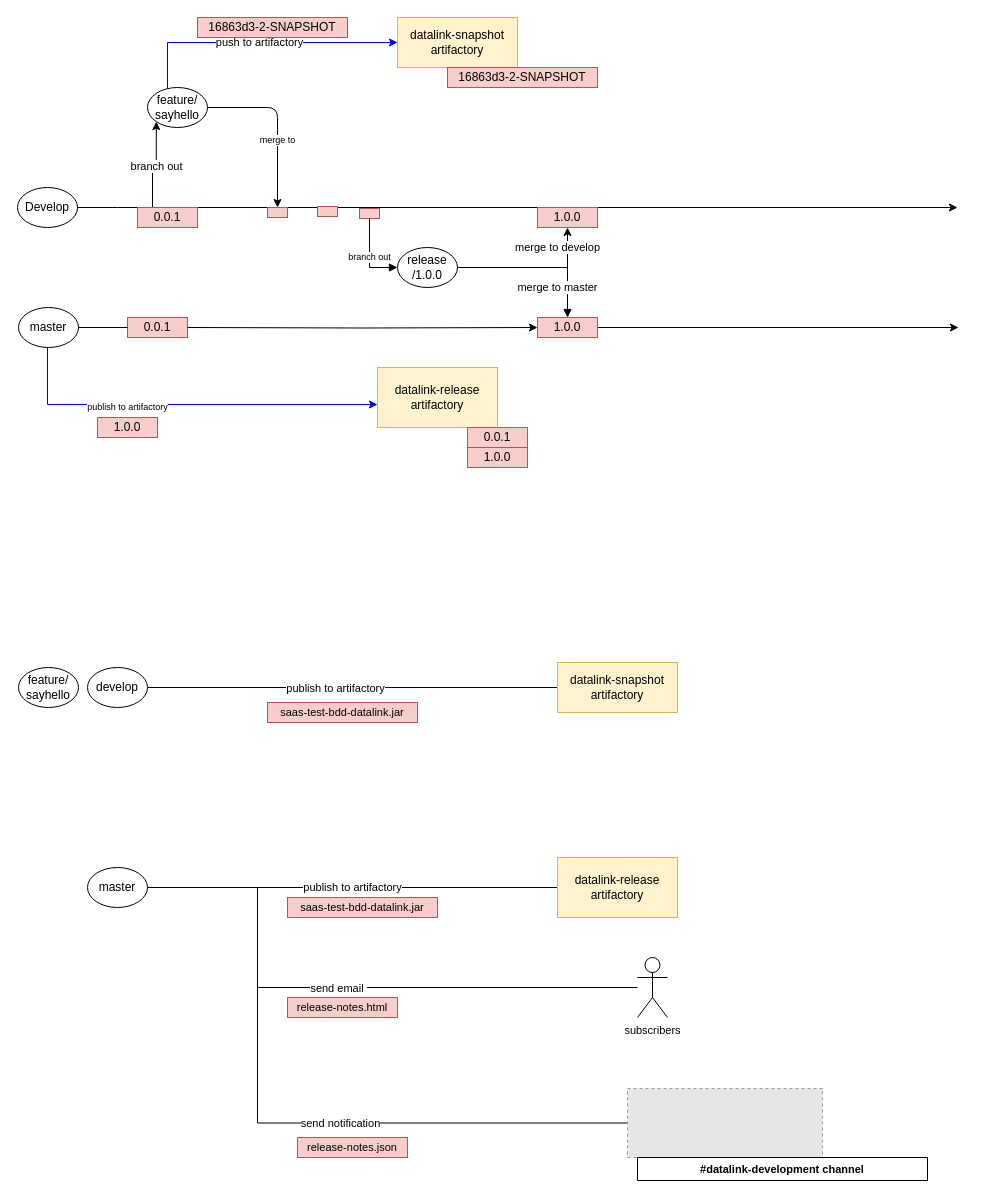
This is SaaS-Test-Bdd-Datalink-Release.drawio from cjjian/Diagram, a draw.io file, before an edit. Source tidied: cells renumbered, new cells numbered last; positions are measured from the earlier drawing's top-left corner, leaving out a move shared by most shapes. Both pictures are drawn from the tidied source at 100%, with x=0, y=0 at pixel (17, 17). Pictures stored in the file or linked from it are replaced by grey dashed boxes.
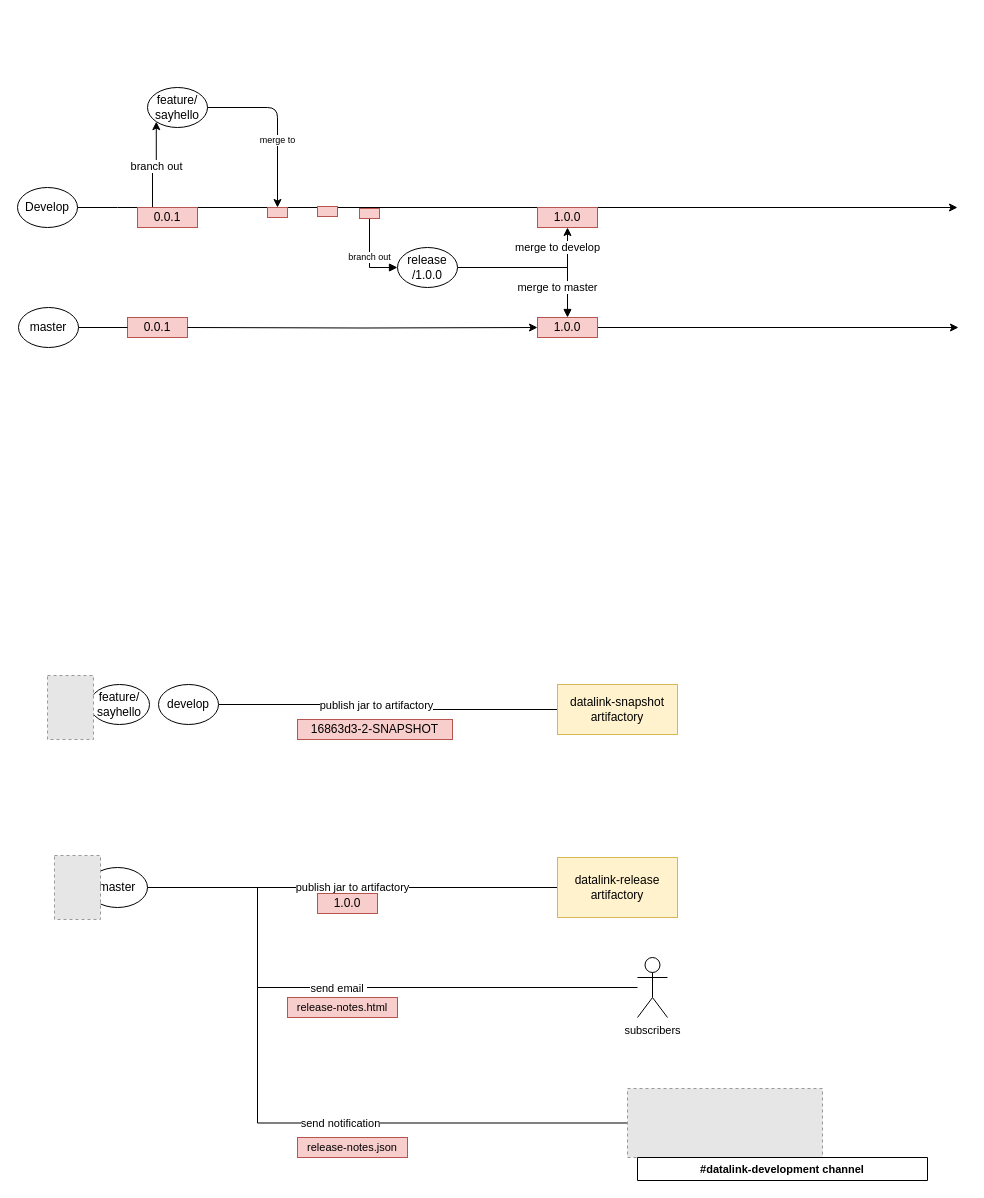
The same diagram, later.

The change refers to these unchanged cells:
```xml
<mxCell id="8" value="master" style="ellipse;whiteSpace=wrap;html=1;" parent="1" vertex="1">
  <mxGeometry x="1" y="290" width="60" height="40" as="geometry" />
</mxCell>
<mxCell id="14" value="feature/&lt;br&gt;sayhello" style="ellipse;whiteSpace=wrap;html=1;" parent="1" vertex="1">
  <mxGeometry x="130" y="70" width="60" height="40" as="geometry" />
</mxCell>
<mxCell id="35" style="edgeStyle=orthogonalEdgeStyle;rounded=0;jettySize=auto;html=1;entryX=0;entryY=0.5;entryDx=0;entryDy=0;endArrow=none;endFill=0;strokeColor=#000000;fontSize=11;" parent="1" edge="1" source="37" target="39">
  <mxGeometry relative="1" as="geometry" />
</mxCell>
<mxCell id="45" value="master" style="ellipse;whiteSpace=wrap;html=1;" parent="1" vertex="1">
  <mxGeometry x="70" y="850" width="60" height="40" as="geometry" />
</mxCell>
<mxCell id="49" value="datalink-release&lt;br&gt;artifactory" style="rounded=0;whiteSpace=wrap;html=1;fillColor=#fff2cc;strokeColor=#d6b656;" parent="1" vertex="1">
  <mxGeometry x="540" y="840" width="120" height="60" as="geometry" />
</mxCell>
```

What changed in the source:
```diff
@@
-    <mxCell id="9" value="datalink-release&lt;br&gt;artifactory" style="rounded=0;whiteSpace=wrap;html=1;fillColor=#fff2cc;strokeColor=#d6b656;" parent="1" vertex="1">
-      <mxGeometry x="360" y="350" width="120" height="60" as="geometry" />
-    </mxCell>
-    <mxCell id="10" value="datalink-snapshot artifactory" style="rounded=0;whiteSpace=wrap;html=1;fillColor=#fff2cc;strokeColor=#d6b656;" parent="1" vertex="1">
-      <mxGeometry x="380" width="120" height="50" as="geometry" />
-    </mxCell>
@@
-    <mxCell id="12" value="0.0.1" style="text;html=1;strokeColor=#b85450;fillColor=#f8cecc;align=center;verticalAlign=middle;whiteSpace=wrap;rounded=0;" parent="1" vertex="1">
-      <mxGeometry x="450" y="410" width="60" height="20" as="geometry" />
-    </mxCell>
@@
-    <mxCell id="15" value="push to artifactory" style="edgeStyle=orthogonalEdgeStyle;rounded=0;jettySize=auto;html=1;strokeColor=#0000FF;entryX=0;entryY=0.5;entryDx=0;entryDy=0;" parent="1" edge="1" source="14" target="10">
-      <mxGeometry relative="1" as="geometry">
-        <Array as="points">
-          <mxPoint x="150" y="25" />
-        </Array>
-      </mxGeometry>
-    </mxCell>
@@
-    <mxCell id="18" value="16863d3-2-SNAPSHOT" style="text;html=1;strokeColor=#b85450;fillColor=#f8cecc;align=center;verticalAlign=middle;whiteSpace=wrap;rounded=0;" parent="1" vertex="1">
-      <mxGeometry x="430" y="50" width="150" height="20" as="geometry" />
-    </mxCell>
-    <mxCell id="19" value="16863d3-2-SNAPSHOT" style="text;html=1;strokeColor=#b85450;fillColor=#f8cecc;align=center;verticalAlign=middle;whiteSpace=wrap;rounded=0;" parent="1" vertex="1">
-      <mxGeometry x="180" width="150" height="20" as="geometry" />
-    </mxCell>
@@
-    <mxCell id="28" value="1.0.0" style="text;html=1;strokeColor=#b85450;fillColor=#f8cecc;align=center;verticalAlign=middle;whiteSpace=wrap;rounded=0;" parent="1" vertex="1">
-      <mxGeometry x="80" y="400" width="60" height="20" as="geometry" />
-    </mxCell>
-    <mxCell id="29" value="1.0.0" style="text;html=1;strokeColor=#b85450;fillColor=#f8cecc;align=center;verticalAlign=middle;whiteSpace=wrap;rounded=0;" parent="1" vertex="1">
-      <mxGeometry x="450" y="430" width="60" height="20" as="geometry" />
-    </mxCell>
-    <mxCell id="30" style="edgeStyle=orthogonalEdgeStyle;rounded=0;jettySize=auto;html=1;strokeColor=#0000FF;exitX=0.5;exitY=1;exitDx=0;exitDy=0;entryX=0;entryY=0.617;entryDx=0;entryDy=0;entryPerimeter=0;" parent="1" edge="1" source="8" target="9">
-      <mxGeometry relative="1" as="geometry">
-        <Array as="points">
-          <mxPoint x="30" y="330" />
-          <mxPoint x="30" y="387" />
-        </Array>
-      </mxGeometry>
-    </mxCell>
-    <mxCell id="31" value="publish to artifactory" style="edgeLabel;html=1;align=center;verticalAlign=middle;fontSize=9;" parent="30" vertex="1">
-      <mxGeometry x="-0.29" y="-2" relative="1" as="geometry" />
-    </mxCell>
@@
     <mxCell id="34" value="feature/&lt;br&gt;sayhello" style="ellipse;whiteSpace=wrap;html=1;" parent="1" vertex="1">
-      <mxGeometry x="1" y="650" width="60" height="40" as="geometry" />
+      <mxGeometry x="72" y="667" width="60" height="40" as="geometry" />
     </mxCell>
@@
-    <mxCell id="36" value="publish to artifactory" style="edgeLabel;html=1;align=center;verticalAlign=middle;fontSize=11;" parent="35" vertex="1">
+    <mxCell id="36" value="publish jar to artifactory" style="edgeLabel;html=1;align=center;verticalAlign=middle;fontSize=11;" parent="35" vertex="1">
       <mxGeometry x="-0.09" relative="1" as="geometry" />
     </mxCell>
     <mxCell id="37" value="develop" style="ellipse;whiteSpace=wrap;html=1;" parent="1" vertex="1">
-      <mxGeometry x="70" y="650" width="60" height="40" as="geometry" />
+      <mxGeometry x="141" y="667" width="60" height="40" as="geometry" />
     </mxCell>
-    <mxCell id="38" value="saas-test-bdd-datalink.jar" style="text;html=1;strokeColor=#b85450;fillColor=#f8cecc;align=center;verticalAlign=middle;whiteSpace=wrap;rounded=0;fontSize=11;" parent="1" vertex="1">
-      <mxGeometry x="250" y="685" width="150" height="20" as="geometry" />
+    <mxCell id="38" value="&lt;span style=&quot;font-size: 12px&quot;&gt;16863d3-2-SNAPSHOT&lt;/span&gt;" style="text;html=1;strokeColor=#b85450;fillColor=#f8cecc;align=center;verticalAlign=middle;whiteSpace=wrap;rounded=0;fontSize=11;" parent="1" vertex="1">
+      <mxGeometry x="280" y="702" width="155" height="20" as="geometry" />
     </mxCell>
     <mxCell id="39" value="datalink-snapshot artifactory" style="rounded=0;whiteSpace=wrap;html=1;fillColor=#fff2cc;strokeColor=#d6b656;" parent="1" vertex="1">
-      <mxGeometry x="540" y="645" width="120" height="50" as="geometry" />
+      <mxGeometry x="540" y="667" width="120" height="50" as="geometry" />
     </mxCell>
-    <mxCell id="40" value="publish to artifactory" style="edgeStyle=orthogonalEdgeStyle;rounded=0;jettySize=auto;html=1;entryX=0;entryY=0.5;entryDx=0;entryDy=0;endArrow=none;endFill=0;strokeColor=#000000;fontSize=11;" parent="1" edge="1" source="45" target="49">
+    <mxCell id="40" value="publish jar to artifactory" style="edgeStyle=orthogonalEdgeStyle;rounded=0;jettySize=auto;html=1;entryX=0;entryY=0.5;entryDx=0;entryDy=0;endArrow=none;endFill=0;strokeColor=#000000;fontSize=11;" parent="1" edge="1" source="45" target="49">
       <mxGeometry relative="1" as="geometry" />
     </mxCell>
@@
-    <mxCell id="48" value="saas-test-bdd-datalink.jar" style="text;html=1;strokeColor=#b85450;fillColor=#f8cecc;align=center;verticalAlign=middle;whiteSpace=wrap;rounded=0;fontSize=11;" parent="1" vertex="1">
-      <mxGeometry x="270" y="880" width="150" height="20" as="geometry" />
-    </mxCell>
@@
+    <mxCell id="53" style="fillColor=#E6E6E6;strokeColor=#999999;dashed=1;verticalLabelPosition=bottom;labelBackgroundColor=#ffffff;verticalAlign=top;" parent="1" vertex="1">
+      <mxGeometry x="30" y="658" width="46" height="64" as="geometry" />
+    </mxCell>
+    <mxCell id="54" style="fillColor=#E6E6E6;strokeColor=#999999;dashed=1;verticalLabelPosition=bottom;labelBackgroundColor=#ffffff;verticalAlign=top;" parent="1" vertex="1">
+      <mxGeometry x="37" y="838" width="46" height="64" as="geometry" />
+    </mxCell>
+    <mxCell id="55" value="1.0.0" style="text;html=1;strokeColor=#b85450;fillColor=#f8cecc;align=center;verticalAlign=middle;whiteSpace=wrap;rounded=0;" parent="1" vertex="1">
+      <mxGeometry x="300" y="876" width="60" height="20" as="geometry" />
+    </mxCell>
```
